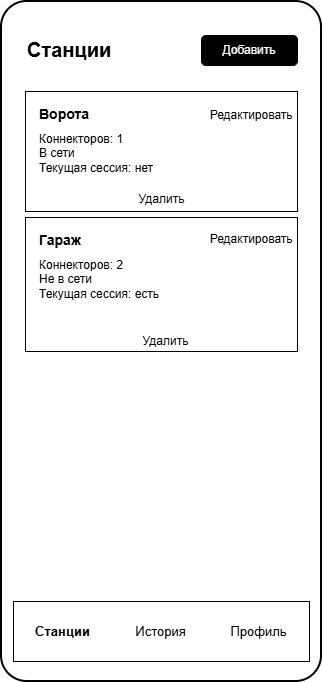
Earlier version of the draw.io export Диаграммы/Список станций (2.9).png (PetrachkovArtem/diplom). Source tidied: cells renumbered, new cells last; positions are measured from the earlier drawing's top-left corner, leaving out a move shared by most shapes.
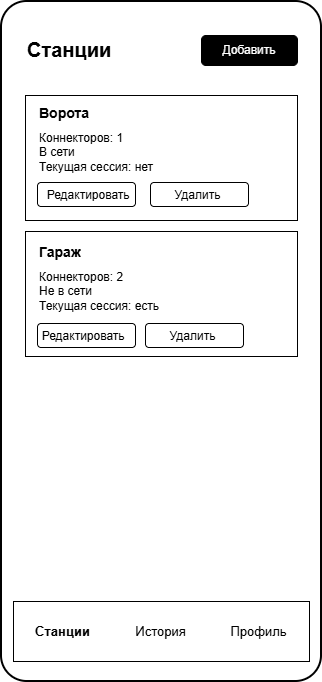
After the change.

Diff of the diagram source:
```diff
@@ -12,29 +12,23 @@
       <mxGeometry x="200" y="34" width="96" height="30" as="geometry" />
     </mxCell>
     <mxCell id="5" style="rounded=0;whiteSpace=wrap;html=1;fillColor=#ffffff;strokeColor=#000000;" parent="1" vertex="1">
-      <mxGeometry x="24" y="90" width="272" height="120" as="geometry" />
+      <mxGeometry x="24" y="94" width="272" height="125" as="geometry" />
     </mxCell>
     <mxCell id="6" value="Ворота" style="text;html=1;align=left;fontSize=14;fontStyle=1;" parent="1" vertex="1">
-      <mxGeometry x="36" y="98" width="180" height="24" as="geometry" />
+      <mxGeometry x="36" y="97" width="180" height="24" as="geometry" />
     </mxCell>
     <mxCell id="7" value="Коннекторов: 1&#10;В сети&#10;Текущая сессия: нет" style="text;html=1;align=left;fontSize=12;verticalAlign=top;" parent="1" vertex="1">
-      <mxGeometry x="36" y="124" width="180" height="60" as="geometry" />
+      <mxGeometry x="36" y="123" width="180" height="60" as="geometry" />
     </mxCell>
-    <mxCell id="8" value="Удалить" style="text;html=1;align=center;fontSize=12;" parent="1" vertex="1">
-      <mxGeometry x="128" y="184" width="64" height="24" as="geometry" />
-    </mxCell>
     <mxCell id="9" style="rounded=0;whiteSpace=wrap;html=1;fillColor=#ffffff;strokeColor=#000000;" parent="1" vertex="1">
-      <mxGeometry x="24" y="216" width="272" height="134" as="geometry" />
+      <mxGeometry x="24" y="230" width="272" height="125" as="geometry" />
     </mxCell>
     <mxCell id="10" value="Гараж" style="text;html=1;align=left;fontSize=14;fontStyle=1;" parent="1" vertex="1">
-      <mxGeometry x="36" y="224" width="180" height="24" as="geometry" />
+      <mxGeometry x="36" y="236" width="180" height="24" as="geometry" />
     </mxCell>
     <mxCell id="11" value="Коннекторов: 2&#10;Не в сети&#10;Текущая сессия: есть" style="text;html=1;align=left;fontSize=12;verticalAlign=top;" parent="1" vertex="1">
-      <mxGeometry x="36" y="250" width="180" height="60" as="geometry" />
+      <mxGeometry x="36" y="262" width="180" height="60" as="geometry" />
     </mxCell>
-    <mxCell id="12" value="Удалить" style="text;html=1;align=center;fontSize=12;" parent="1" vertex="1">
-      <mxGeometry x="132" y="326" width="64" height="24" as="geometry" />
-    </mxCell>
     <mxCell id="13" style="rounded=0;whiteSpace=wrap;html=1;fillColor=#ffffff;strokeColor=#000000;" parent="1" vertex="1">
       <mxGeometry x="12" y="600" width="296" height="60" as="geometry" />
     </mxCell>
@@ -44,14 +38,32 @@
     <mxCell id="15" value="История" style="text;html=1;align=center;fontSize=13;" parent="1" vertex="1">
       <mxGeometry x="110" y="616" width="98" height="28" as="geometry" />
     </mxCell>
+    <mxCell id="19" style="rounded=1;whiteSpace=wrap;html=1;roundedPerimeter=1;" parent="1" vertex="1">
+      <mxGeometry x="144" y="322" width="98" height="24" as="geometry" />
+    </mxCell>
     <mxCell id="16" value="Профиль" style="text;html=1;align=center;fontSize=13;" parent="1" vertex="1">
       <mxGeometry x="208" y="616" width="98" height="28" as="geometry" />
     </mxCell>
-    <mxCell id="17" value="&amp;nbsp;Редактировать" style="text;html=1;align=center;fontSize=12;" parent="1" vertex="1">
-      <mxGeometry x="216" y="224" width="64" height="24" as="geometry" />
-    </mxCell>
-    <mxCell id="18" value="&amp;nbsp;Редактировать" style="text;html=1;align=center;fontSize=12;" parent="1" vertex="1">
-      <mxGeometry x="216" y="100" width="64" height="24" as="geometry" />
-    </mxCell>
+    <mxCell id="20" style="rounded=1;whiteSpace=wrap;html=1;roundedPerimeter=1;" parent="1" vertex="1">
+      <mxGeometry x="36" y="322" width="98" height="24" as="geometry" />
+    </mxCell>
+    <mxCell id="21" value="&amp;nbsp;Редактировать" style="text;html=1;align=center;fontSize=12;" parent="1" vertex="1">
+      <mxGeometry x="48" y="321" width="64" height="24" as="geometry" />
+    </mxCell>
+    <mxCell id="12" value="Удалить" style="text;html=1;align=center;fontSize=12;" parent="1" vertex="1">
+      <mxGeometry x="159" y="321" width="64" height="24" as="geometry" />
+    </mxCell>
+    <mxCell id="22" style="rounded=1;whiteSpace=wrap;html=1;roundedPerimeter=1;" parent="1" vertex="1">
+      <mxGeometry x="149" y="181" width="98" height="24" as="geometry" />
+    </mxCell>
+    <mxCell id="8" value="Удалить" style="text;html=1;align=center;fontSize=12;" parent="1" vertex="1">
+      <mxGeometry x="164" y="180" width="64" height="24" as="geometry" />
+    </mxCell>
+    <mxCell id="23" style="rounded=1;whiteSpace=wrap;html=1;roundedPerimeter=1;" parent="1" vertex="1">
+      <mxGeometry x="36" y="181" width="98" height="24" as="geometry" />
+    </mxCell>
+    <mxCell id="24" value="&amp;nbsp;Редактировать" style="text;html=1;align=center;fontSize=12;" parent="1" vertex="1">
+      <mxGeometry x="53" y="180" width="64" height="24" as="geometry" />
+    </mxCell>
   </root>
 </mxGraphModel>
```
